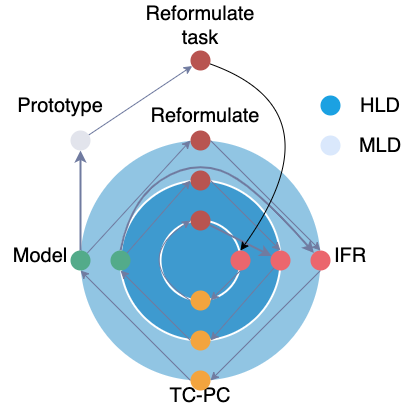
The draw.io diagram Neurotechnologies_and_TRIZ/Innovation_methodology-2_spiral.png in max-talanov/1, before a commit. Source tidied: cells renumbered, new cells last; positions are measured from the earlier drawing's top-left corner, leaving out a move shared by most shapes.
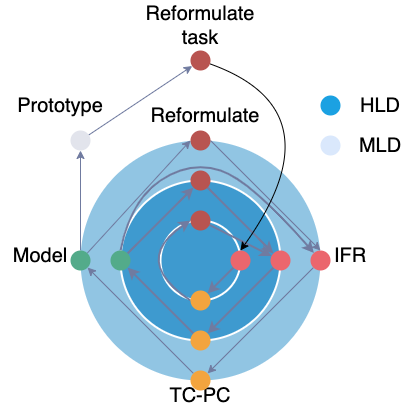
The same diagram one commit later.

Commit message:
IM: corrected 2 spiral

The edit, as a diff of the source:
```diff
@@ -27,7 +27,7 @@
     <mxCell id="10" value="Reformulate" style="text;html=1;strokeColor=none;fillColor=none;align=center;verticalAlign=middle;whiteSpace=wrap;rounded=0;fontSize=20;" parent="3" vertex="1">
       <mxGeometry x="150" y="100" width="110" height="30" as="geometry" />
     </mxCell>
-    <mxCell id="11" style="edgeStyle=none;rounded=0;jettySize=auto;html=1;fontSize=20;endArrow=classic;endFill=1;strokeWidth=1;entryX=1;entryY=0.5;entryDx=0;entryDy=0;exitX=0.5;exitY=1;exitDx=0;exitDy=0;strokeColor=#707BA0;" parent="3" edge="1" source="12" target="15">
+    <mxCell id="11" style="edgeStyle=none;rounded=0;jettySize=auto;html=1;fontSize=20;endArrow=classic;endFill=1;strokeWidth=2;strokeColor=#707BA0;" parent="3" edge="1" source="12" target="15">
       <mxGeometry relative="1" as="geometry" />
     </mxCell>
     <mxCell id="12" style="ellipse;whiteSpace=wrap;html=1;fontSize=20;fillColor=#EB666D;strokeColor=none;" parent="3" vertex="1">
@@ -36,7 +36,7 @@
     <mxCell id="13" style="edgeStyle=none;rounded=0;jettySize=auto;html=1;fontSize=20;endArrow=classic;endFill=1;strokeWidth=2;strokeColor=#707BA0;" parent="3" edge="1" source="25" target="17">
       <mxGeometry relative="1" as="geometry" />
     </mxCell>
-    <mxCell id="14" style="edgeStyle=none;jettySize=auto;html=1;entryX=0;entryY=0.5;entryDx=0;entryDy=0;fontSize=20;endArrow=classic;endFill=1;strokeWidth=1;exitX=0;exitY=0.5;exitDx=0;exitDy=0;curved=1;strokeColor=#707BA0;" parent="3" edge="1" source="15" target="25">
+    <mxCell id="14" style="edgeStyle=none;jettySize=auto;html=1;entryX=0;entryY=0.5;entryDx=0;entryDy=0;fontSize=20;endArrow=classic;endFill=1;strokeWidth=2;exitX=0;exitY=0.5;exitDx=0;exitDy=0;curved=1;strokeColor=#707BA0;" parent="3" edge="1" source="15" target="25">
       <mxGeometry relative="1" as="geometry">
         <Array as="points">
           <mxPoint x="130" y="260" />
@@ -46,19 +46,19 @@
     <mxCell id="15" style="ellipse;whiteSpace=wrap;html=1;fontSize=20;fillColor=#F3A43E;strokeColor=none;" parent="3" vertex="1">
       <mxGeometry x="190" y="290" width="20" height="20" as="geometry" />
     </mxCell>
-    <mxCell id="16" style="edgeStyle=none;rounded=0;jettySize=auto;html=1;fontSize=20;endArrow=classic;endFill=1;strokeWidth=1;entryX=1;entryY=0.5;entryDx=0;entryDy=0;strokeColor=#707BA0;" parent="3" edge="1" source="17" target="19">
+    <mxCell id="16" style="edgeStyle=none;rounded=0;jettySize=auto;html=1;fontSize=20;endArrow=classic;endFill=1;strokeWidth=2;strokeColor=#707BA0;" parent="3" edge="1" source="17" target="19">
       <mxGeometry relative="1" as="geometry" />
     </mxCell>
     <mxCell id="17" style="ellipse;whiteSpace=wrap;html=1;fontSize=20;fillColor=#EB666D;strokeColor=none;" parent="3" vertex="1">
       <mxGeometry x="270" y="250" width="20" height="20" as="geometry" />
     </mxCell>
-    <mxCell id="18" style="edgeStyle=none;rounded=0;jettySize=auto;html=1;fontSize=20;endArrow=classic;endFill=1;strokeWidth=1;entryX=0.5;entryY=1;entryDx=0;entryDy=0;exitX=0;exitY=0.5;exitDx=0;exitDy=0;strokeColor=#707BA0;" parent="3" edge="1" source="19" target="22">
+    <mxCell id="18" style="edgeStyle=none;rounded=0;jettySize=auto;html=1;fontSize=20;endArrow=classic;endFill=1;strokeWidth=2;strokeColor=#707BA0;" parent="3" edge="1" source="19" target="22">
       <mxGeometry relative="1" as="geometry" />
     </mxCell>
     <mxCell id="19" style="ellipse;whiteSpace=wrap;html=1;fontSize=20;fillColor=#F3A43E;strokeColor=none;" parent="3" vertex="1">
       <mxGeometry x="190" y="330" width="20" height="20" as="geometry" />
     </mxCell>
-    <mxCell id="20" style="edgeStyle=none;jettySize=auto;html=1;fontSize=20;endArrow=classic;endFill=1;strokeWidth=1;entryX=0;entryY=0.5;entryDx=0;entryDy=0;curved=1;strokeColor=#707BA0;" parent="3" edge="1" source="22" target="24">
+    <mxCell id="20" style="edgeStyle=none;jettySize=auto;html=1;fontSize=20;endArrow=classic;endFill=1;strokeWidth=2;curved=1;strokeColor=#707BA0;" parent="3" edge="1" source="22" target="24">
       <mxGeometry relative="1" as="geometry" />
     </mxCell>
     <mxCell id="21" style="edgeStyle=none;jettySize=auto;html=1;fontSize=20;endArrow=classic;endFill=1;strokeWidth=2;exitX=0.5;exitY=0;exitDx=0;exitDy=0;curved=1;strokeColor=#707BA0;" parent="3" edge="1" source="22" target="27">
@@ -73,7 +73,7 @@
     <mxCell id="22" style="ellipse;whiteSpace=wrap;html=1;fontSize=20;fillColor=#53AB8A;strokeColor=none;" parent="3" vertex="1">
       <mxGeometry x="110" y="250" width="20" height="20" as="geometry" />
     </mxCell>
-    <mxCell id="23" style="edgeStyle=none;jettySize=auto;html=1;fontSize=20;endArrow=classic;endFill=1;strokeWidth=1;entryX=0.5;entryY=0;entryDx=0;entryDy=0;curved=1;exitX=1;exitY=0.5;exitDx=0;exitDy=0;strokeColor=#707BA0;" parent="3" edge="1" source="24" target="17">
+    <mxCell id="23" style="edgeStyle=none;jettySize=auto;html=1;fontSize=20;endArrow=classic;endFill=1;strokeWidth=2;curved=1;strokeColor=#707BA0;" parent="3" edge="1" source="24" target="17">
       <mxGeometry relative="1" as="geometry" />
     </mxCell>
     <mxCell id="24" style="ellipse;whiteSpace=wrap;html=1;fontSize=20;fillColor=#B85450;strokeColor=none;" parent="3" vertex="1">
@@ -82,19 +82,19 @@
     <mxCell id="25" style="ellipse;whiteSpace=wrap;html=1;fontSize=20;fillColor=#B85450;strokeColor=none;" parent="3" vertex="1">
       <mxGeometry x="190" y="210" width="20" height="20" as="geometry" />
     </mxCell>
-    <mxCell id="26" style="edgeStyle=none;rounded=0;jettySize=auto;html=1;fontSize=20;endArrow=classic;endFill=1;strokeWidth=1;entryX=1;entryY=0.5;entryDx=0;entryDy=0;exitX=0.5;exitY=1;exitDx=0;exitDy=0;strokeColor=#707BA0;" parent="3" edge="1" source="27" target="29">
+    <mxCell id="26" style="edgeStyle=none;rounded=0;jettySize=auto;html=1;fontSize=20;endArrow=classic;endFill=1;strokeWidth=1;strokeColor=#707BA0;" parent="3" edge="1" source="27" target="29">
       <mxGeometry relative="1" as="geometry" />
     </mxCell>
     <mxCell id="27" style="ellipse;whiteSpace=wrap;html=1;fontSize=20;fillColor=#EB666D;strokeColor=none;" parent="3" vertex="1">
       <mxGeometry x="310" y="250" width="20" height="20" as="geometry" />
     </mxCell>
-    <mxCell id="28" style="edgeStyle=none;rounded=0;jettySize=auto;html=1;fontSize=20;endArrow=classic;endFill=1;strokeWidth=1;entryX=0.5;entryY=1;entryDx=0;entryDy=0;exitX=0;exitY=0.5;exitDx=0;exitDy=0;strokeColor=#707BA0;" parent="3" edge="1" source="29" target="32">
+    <mxCell id="28" style="edgeStyle=none;rounded=0;jettySize=auto;html=1;fontSize=20;endArrow=classic;endFill=1;strokeWidth=1;strokeColor=#707BA0;" parent="3" edge="1" source="29" target="32">
       <mxGeometry relative="1" as="geometry" />
     </mxCell>
     <mxCell id="29" style="ellipse;whiteSpace=wrap;html=1;fontSize=20;fillColor=#F3A43E;strokeColor=none;" parent="3" vertex="1">
       <mxGeometry x="190" y="370" width="20" height="20" as="geometry" />
     </mxCell>
-    <mxCell id="30" style="jettySize=auto;html=1;fontSize=20;endArrow=classic;endFill=1;strokeWidth=2;curved=1;strokeColor=#707BA0;" parent="3" edge="1" source="32" target="34">
+    <mxCell id="30" style="jettySize=auto;html=1;fontSize=20;endArrow=classic;endFill=1;strokeWidth=1;curved=1;strokeColor=#707BA0;" parent="3" edge="1" source="32" target="34">
       <mxGeometry relative="1" as="geometry" />
     </mxCell>
     <mxCell id="31" style="edgeStyle=none;jettySize=auto;html=1;fontSize=20;endArrow=classic;endFill=1;strokeWidth=1;entryX=0;entryY=0.5;entryDx=0;entryDy=0;curved=1;strokeColor=#707BA0;" parent="3" edge="1" source="32" target="37">
```
